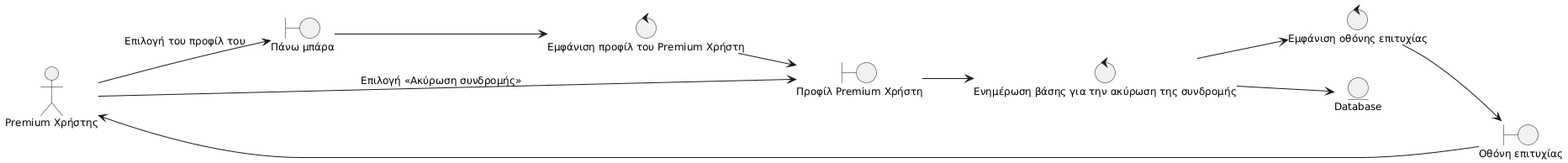
Above: Paradoteo_4/Robustness-diagrams-v0.3/17. Cancel premium.png in RubenKingCP/Tunix (PlantUML), before the change.
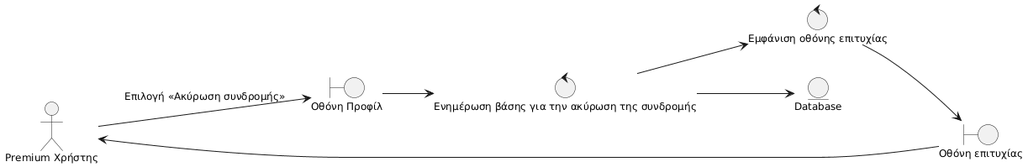
Above is the later version.

What changed in the source:
```diff
@@ -4,19 +4,14 @@
 
 actor "Premium Χρήστης" as GX
 
-boundary "Πάνω μπάρα" as B_UPBR
-boundary "Προφίλ Premium Χρήστη" as B_PRPF
+boundary "Οθόνη Προφίλ" as B_PRPF
 boundary "Οθόνη επιτυχίας" as B_SUCCESS
 
-control "Εμφάνιση προφίλ του Premium Χρήστη" as C_SHPF
 control "Ενημέρωση βάσης για την ακύρωση της συνδρομής" as C_UPDB
 control "Εμφάνιση οθόνης επιτυχίας" as C_SUCCESS
 
 entity "Database" as E_DB
 
-GX --> B_UPBR : "Επιλογή του προφίλ του"
-B_UPBR --> C_SHPF
-C_SHPF --> B_PRPF
 GX --> B_PRPF : "Επιλογή <<Ακύρωση συνδρομής>>"
 B_PRPF --> C_UPDB
 C_UPDB --> E_DB
```
